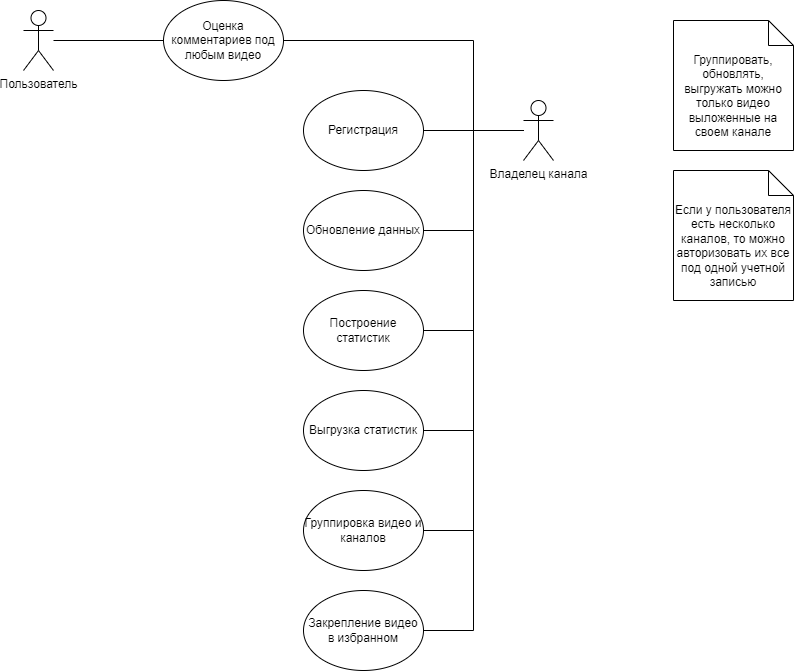
Hembos/YoutubeAnalytics keeps this draw.io diagram as docs/images/UseCase.png. Above is the earlier version. Source tidied: cells renumbered, new cells last; positions are measured from the earlier drawing's top-left corner, leaving out a move shared by most shapes. The source it was exported from:
```xml
<mxGraphModel>
  <root>
    <mxCell id="0" />
    <mxCell id="1" parent="0" />
    <mxCell id="2" style="edgeStyle=orthogonalEdgeStyle;rounded=0;jettySize=auto;html=1;entryX=0;entryY=0.5;entryDx=0;entryDy=0;endArrow=none;endFill=0;" parent="1" edge="1" source="3" target="16">
      <mxGeometry relative="1" as="geometry" />
    </mxCell>
    <mxCell id="3" value="Пользователь" style="shape=umlActor;verticalLabelPosition=bottom;verticalAlign=top;html=1;outlineConnect=0;" parent="1" vertex="1">
      <mxGeometry y="10" width="30" height="60" as="geometry" />
    </mxCell>
    <mxCell id="4" style="edgeStyle=orthogonalEdgeStyle;rounded=0;jettySize=auto;html=1;entryX=1;entryY=0.5;entryDx=0;entryDy=0;endArrow=none;endFill=0;" parent="1" edge="1" source="11" target="12">
      <mxGeometry relative="1" as="geometry" />
    </mxCell>
    <mxCell id="5" style="edgeStyle=orthogonalEdgeStyle;rounded=0;jettySize=auto;html=1;entryX=1;entryY=0.5;entryDx=0;entryDy=0;endArrow=none;endFill=0;" parent="1" edge="1" source="11" target="13">
      <mxGeometry relative="1" as="geometry" />
    </mxCell>
    <mxCell id="6" style="edgeStyle=orthogonalEdgeStyle;rounded=0;jettySize=auto;html=1;entryX=1;entryY=0.5;entryDx=0;entryDy=0;endArrow=none;endFill=0;" parent="1" edge="1" source="11" target="14">
      <mxGeometry relative="1" as="geometry" />
    </mxCell>
    <mxCell id="7" style="edgeStyle=orthogonalEdgeStyle;rounded=0;jettySize=auto;html=1;entryX=1;entryY=0.5;entryDx=0;entryDy=0;endArrow=none;endFill=0;" parent="1" edge="1" source="11" target="15">
      <mxGeometry relative="1" as="geometry" />
    </mxCell>
    <mxCell id="8" style="edgeStyle=orthogonalEdgeStyle;rounded=0;jettySize=auto;html=1;entryX=1;entryY=0.5;entryDx=0;entryDy=0;endArrow=none;endFill=0;" parent="1" edge="1" source="11" target="17">
      <mxGeometry relative="1" as="geometry" />
    </mxCell>
    <mxCell id="9" style="edgeStyle=orthogonalEdgeStyle;rounded=0;jettySize=auto;html=1;entryX=1;entryY=0.5;entryDx=0;entryDy=0;endArrow=none;endFill=0;" parent="1" edge="1" source="11" target="18">
      <mxGeometry relative="1" as="geometry" />
    </mxCell>
    <mxCell id="10" style="edgeStyle=orthogonalEdgeStyle;rounded=0;jettySize=auto;html=1;entryX=1;entryY=0.5;entryDx=0;entryDy=0;endArrow=none;endFill=0;" parent="1" edge="1" source="11" target="16">
      <mxGeometry relative="1" as="geometry">
        <Array as="points">
          <mxPoint x="450" y="130" />
          <mxPoint x="450" y="40" />
        </Array>
      </mxGeometry>
    </mxCell>
    <mxCell id="11" value="Владелец канала" style="shape=umlActor;verticalLabelPosition=bottom;verticalAlign=top;html=1;outlineConnect=0;" parent="1" vertex="1">
      <mxGeometry x="500" y="100" width="30" height="60" as="geometry" />
    </mxCell>
    <mxCell id="12" value="Регистрация" style="ellipse;whiteSpace=wrap;html=1;" parent="1" vertex="1">
      <mxGeometry x="280" y="90" width="120" height="80" as="geometry" />
    </mxCell>
    <mxCell id="13" value="Обновление данных&lt;br&gt;" style="ellipse;whiteSpace=wrap;html=1;" parent="1" vertex="1">
      <mxGeometry x="280" y="190" width="120" height="80" as="geometry" />
    </mxCell>
    <mxCell id="14" value="Выгрузка статистик" style="ellipse;whiteSpace=wrap;html=1;" parent="1" vertex="1">
      <mxGeometry x="280" y="390" width="120" height="80" as="geometry" />
    </mxCell>
    <mxCell id="15" value="Построение статистик" style="ellipse;whiteSpace=wrap;html=1;" parent="1" vertex="1">
      <mxGeometry x="280" y="290" width="120" height="80" as="geometry" />
    </mxCell>
    <mxCell id="16" value="Оценка комментариев под любым видео" style="ellipse;whiteSpace=wrap;html=1;" parent="1" vertex="1">
      <mxGeometry x="140" width="120" height="80" as="geometry" />
    </mxCell>
    <mxCell id="17" value="Группировка видео и каналов" style="ellipse;whiteSpace=wrap;html=1;" parent="1" vertex="1">
      <mxGeometry x="280" y="490" width="120" height="80" as="geometry" />
    </mxCell>
    <mxCell id="18" value="Закрепление видео в избранном" style="ellipse;whiteSpace=wrap;html=1;" parent="1" vertex="1">
      <mxGeometry x="280" y="590" width="120" height="80" as="geometry" />
    </mxCell>
    <mxCell id="19" value="Если у пользователя есть несколько каналов, то можно авторизовать их все под одной учетной записью" style="shape=note2;boundedLbl=1;whiteSpace=wrap;html=1;size=25;verticalAlign=top;align=center;" parent="1" vertex="1">
      <mxGeometry x="650" y="170" width="120" height="130" as="geometry" />
    </mxCell>
    <mxCell id="20" value="Группировать, обновлять, выгружать можно только видео выложенные на своем канале" style="shape=note2;boundedLbl=1;whiteSpace=wrap;html=1;size=25;verticalAlign=top;align=center;" parent="1" vertex="1">
      <mxGeometry x="650" y="20" width="120" height="130" as="geometry" />
    </mxCell>
  </root>
</mxGraphModel>
```
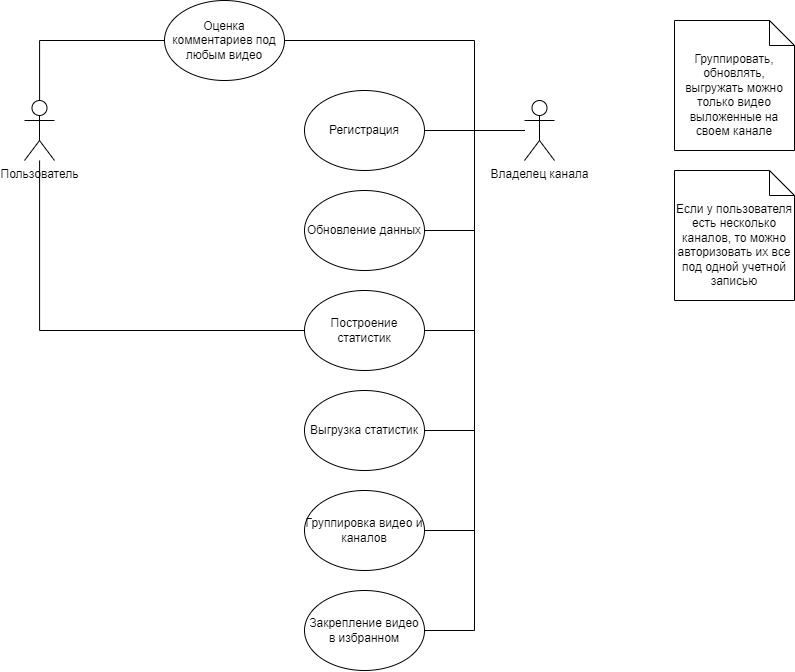
Later version of the same file.

Commit message:
Added use case description

Diff of the diagram source:
```diff
@@ -3,10 +3,21 @@
     <mxCell id="0" />
     <mxCell id="1" parent="0" />
     <mxCell id="2" style="edgeStyle=orthogonalEdgeStyle;rounded=0;jettySize=auto;html=1;entryX=0;entryY=0.5;entryDx=0;entryDy=0;endArrow=none;endFill=0;" parent="1" edge="1" source="3" target="16">
-      <mxGeometry relative="1" as="geometry" />
+      <mxGeometry relative="1" as="geometry">
+        <Array as="points">
+          <mxPoint x="15" y="40" />
+        </Array>
+      </mxGeometry>
     </mxCell>
+    <mxCell id="21" style="edgeStyle=orthogonalEdgeStyle;rounded=0;jettySize=auto;html=1;entryX=0;entryY=0.5;entryDx=0;entryDy=0;endArrow=none;endFill=0;" parent="1" edge="1" source="3" target="15">
+      <mxGeometry relative="1" as="geometry">
+        <Array as="points">
+          <mxPoint x="15" y="330" />
+        </Array>
+      </mxGeometry>
+    </mxCell>
     <mxCell id="3" value="Пользователь" style="shape=umlActor;verticalLabelPosition=bottom;verticalAlign=top;html=1;outlineConnect=0;" parent="1" vertex="1">
-      <mxGeometry y="10" width="30" height="60" as="geometry" />
+      <mxGeometry y="100" width="30" height="60" as="geometry" />
     </mxCell>
     <mxCell id="4" style="edgeStyle=orthogonalEdgeStyle;rounded=0;jettySize=auto;html=1;entryX=1;entryY=0.5;entryDx=0;entryDy=0;endArrow=none;endFill=0;" parent="1" edge="1" source="11" target="12">
       <mxGeometry relative="1" as="geometry" />
```
